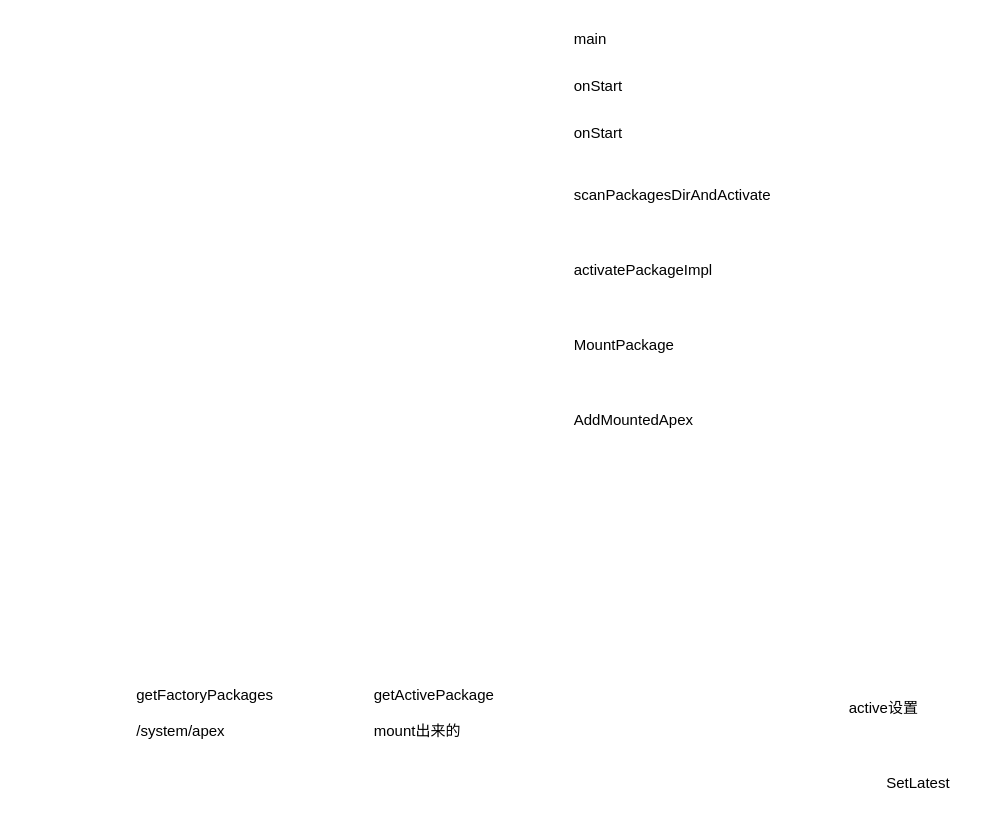
Earlier version of the draw.io diagram page "APEXD" (4 of 4) of services/APEX/APEX.drawio (pengzhicai/myPicture). Source tidied: cells renumbered, new cells numbered last; positions are measured from the earlier drawing's top-left corner, leaving out a move shared by most shapes. Both pictures are drawn from the tidied source at 125%, with x=0, y=0 at pixel (134, 21).
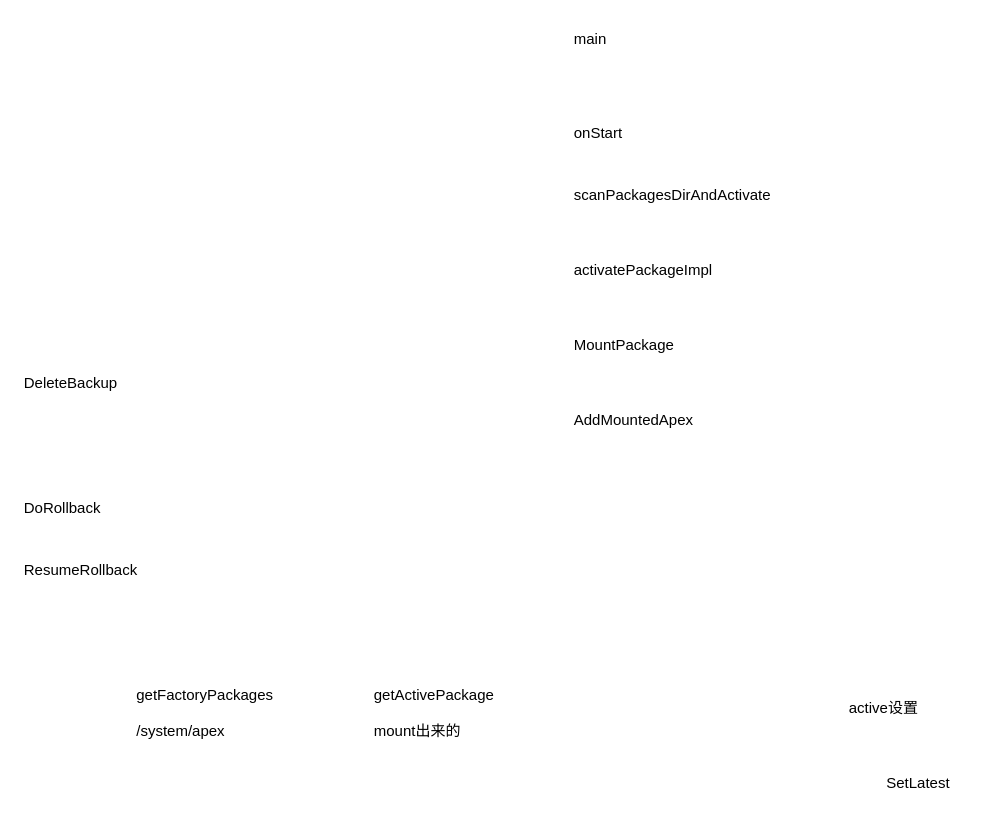
The same page after the edit.

What changed in the source:
```diff
@@
 <mxGraphModel>
   <root>
     <mxCell id="0" />
     <mxCell id="1" parent="0" />
     <mxCell id="2" value="AddMountedApex" style="text;html=1;" parent="1" vertex="1">
       <mxGeometry x="350" y="305" width="120" height="30" as="geometry" />
     </mxCell>
     <mxCell id="3" value="MountPackage" style="text;html=1;" parent="1" vertex="1">
       <mxGeometry x="350" y="245" width="110" height="30" as="geometry" />
     </mxCell>
     <mxCell id="4" value="activatePackageImpl" style="text;html=1;" parent="1" vertex="1">
       <mxGeometry x="350" y="185" width="140" height="30" as="geometry" />
     </mxCell>
     <mxCell id="5" value="scanPackagesDirAndActivate" style="text;html=1;" parent="1" vertex="1">
       <mxGeometry x="350" y="125" width="180" height="30" as="geometry" />
     </mxCell>
     <mxCell id="6" value="onStart" style="text;html=1;" parent="1" vertex="1">
       <mxGeometry x="350" y="75" width="60" height="30" as="geometry" />
     </mxCell>
     <mxCell id="7" value="main" style="text;html=1;" parent="1" vertex="1">
       <mxGeometry x="350" width="50" height="30" as="geometry" />
     </mxCell>
-    <mxCell id="8" value="onStart" style="text;html=1;" parent="1" vertex="1">
-      <mxGeometry x="350" y="37.5" width="60" height="30" as="geometry" />
-    </mxCell>
     <mxCell id="9" value="getFactoryPackages&lt;br&gt;&lt;br&gt;/system/apex" style="text;html=1;" parent="1" vertex="1">
       <mxGeometry y="525" width="130" height="30" as="geometry" />
     </mxCell>
     <mxCell id="10" value="getActivePackage&lt;br&gt;&lt;br&gt;mount出来的" style="text;html=1;" parent="1" vertex="1">
       <mxGeometry x="190" y="525" width="120" height="30" as="geometry" />
     </mxCell>
     <mxCell id="11" value="SetLatest" style="text;html=1;" parent="1" vertex="1">
       <mxGeometry x="600" y="595" width="80" height="30" as="geometry" />
     </mxCell>
     <mxCell id="12" value="active设置" style="text;html=1;" parent="1" vertex="1">
       <mxGeometry x="570" y="535" width="60" height="30" as="geometry" />
     </mxCell>
+    <mxCell id="13" value="DeleteBackup" style="text;html=1;" parent="1" vertex="1">
+      <mxGeometry x="-90" y="275" width="100" height="30" as="geometry" />
+    </mxCell>
+    <mxCell id="14" value="DoRollback" style="text;html=1;" parent="1" vertex="1">
+      <mxGeometry x="-90" y="375" width="90" height="30" as="geometry" />
+    </mxCell>
+    <mxCell id="15" value="ResumeRollback" style="text;html=1;" parent="1" vertex="1">
+      <mxGeometry x="-90" y="425" width="120" height="30" as="geometry" />
+    </mxCell>
   </root>
 </mxGraphModel>
```
